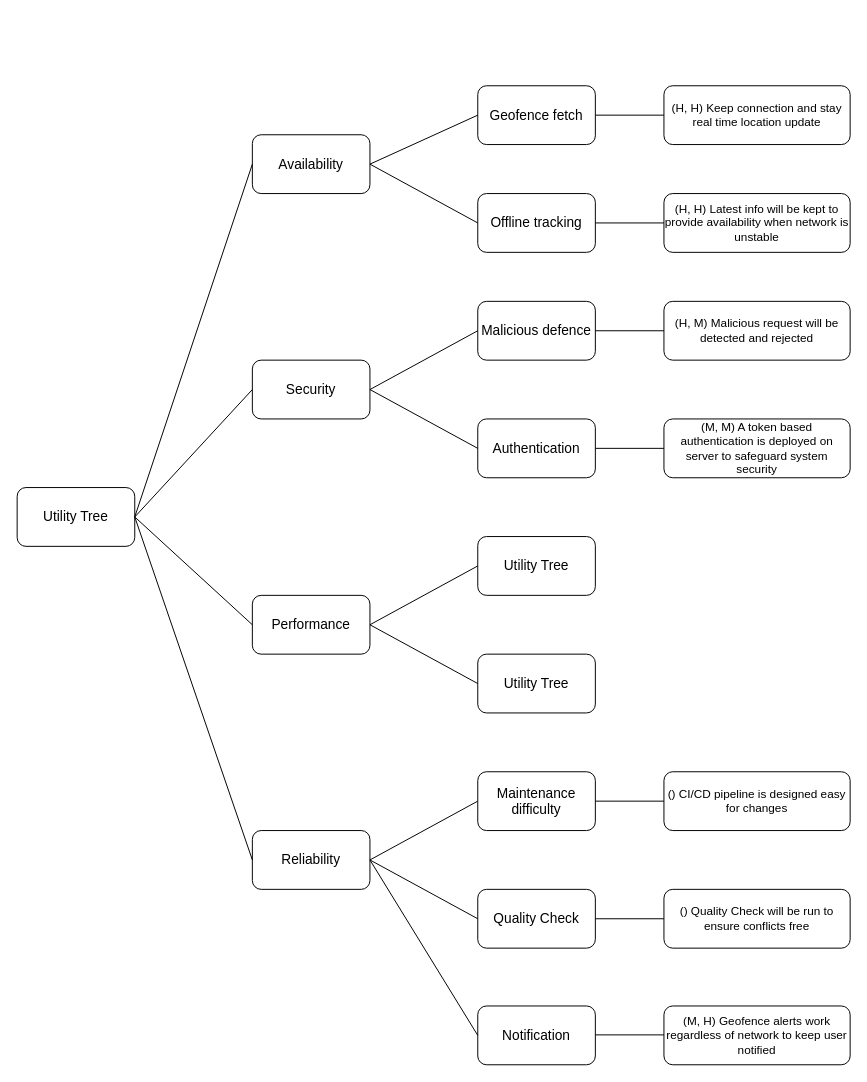
Before: Cardiac Arrest Emergency Notification System/Utility Tree.drawio in AndyC00/Diagrams, a draw.io diagram. Source tidied: cells renumbered, new cells numbered last; positions are measured from the earlier drawing's top-left corner, leaving out a move shared by most shapes. Both pictures are drawn from the tidied source at 98%, with x=0, y=0 at pixel (17, 85).
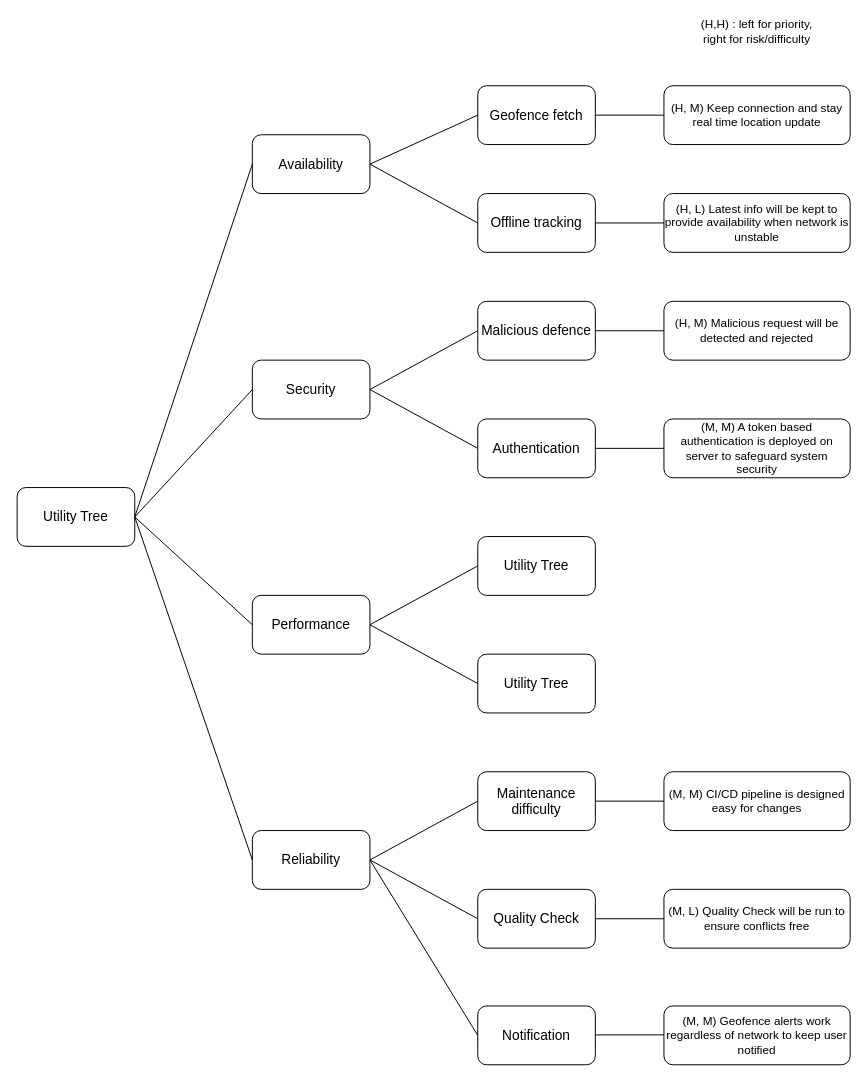
The same diagram, later.

Diff of the diagram source:
```diff
@@
-    <mxCell id="28" value="() CI/CD pipeline is designed easy for changes" style="rounded=1;whiteSpace=wrap;html=1;" parent="1" vertex="1">
+    <mxCell id="28" value="(M, M) CI/CD pipeline is designed easy for changes" style="rounded=1;whiteSpace=wrap;html=1;" parent="1" vertex="1">
       <mxGeometry x="660" y="700" width="190" height="60" as="geometry" />
     </mxCell>
-    <mxCell id="29" value="() Quality Check will be run to ensure conflicts free" style="rounded=1;whiteSpace=wrap;html=1;" parent="1" vertex="1">
+    <mxCell id="29" value="(M, L) Quality Check will be run to ensure conflicts free" style="rounded=1;whiteSpace=wrap;html=1;" parent="1" vertex="1">
       <mxGeometry x="660" y="820" width="190" height="60" as="geometry" />
     </mxCell>
@@
-    <mxCell id="33" value="(H, H) Latest info will be kept to provide availability when network is unstable" style="rounded=1;whiteSpace=wrap;html=1;" parent="1" vertex="1">
+    <mxCell id="33" value="(H, L) Latest info will be kept to provide availability when network is unstable" style="rounded=1;whiteSpace=wrap;html=1;" parent="1" vertex="1">
       <mxGeometry x="660" y="110" width="190" height="60" as="geometry" />
     </mxCell>
@@
-    <mxCell id="37" value="(H, H) Keep connection and stay real time location update" style="rounded=1;whiteSpace=wrap;html=1;" parent="1" vertex="1">
+    <mxCell id="37" value="(H, M) Keep connection and stay real time location update" style="rounded=1;whiteSpace=wrap;html=1;" parent="1" vertex="1">
       <mxGeometry x="660" width="190" height="60" as="geometry" />
     </mxCell>
@@
-    <mxCell id="40" value="(M, H) Geofence alerts work regardless of network to keep user notified" style="rounded=1;whiteSpace=wrap;html=1;" parent="1" vertex="1">
+    <mxCell id="40" value="(M, M) Geofence alerts work regardless of network to keep user notified" style="rounded=1;whiteSpace=wrap;html=1;" parent="1" vertex="1">
       <mxGeometry x="660" y="939" width="190" height="60" as="geometry" />
     </mxCell>
@@
+    <mxCell id="43" value="(H,H) : left for priority, right for risk/difficulty" style="text;html=1;whiteSpace=wrap;strokeColor=none;fillColor=none;align=center;verticalAlign=middle;rounded=0;" parent="1" vertex="1">
+      <mxGeometry x="690" y="-70" width="130" height="30" as="geometry" />
+    </mxCell>
```
